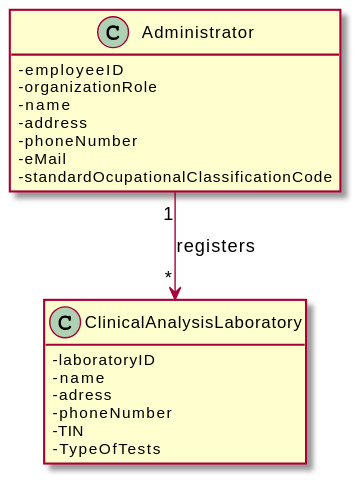
Above: docs/SprintB/US_8/ImagesUsed/US8_MD.svg in RuiRioPina/LAPR2-20-21 (PlantUML), before the change. The source it was exported from:
```plantuml
@startuml
skinparam classAttributeIconSize 0
hide methods


class Administrator {
-employeeID
-organizationRole
-name
-address
-phoneNumber
-eMail
-standardOcupationalClassificationCode
}

class ClinicalAnalysisLaboratory{
-laboratoryID
-name
-adress
-phoneNumber
-TIN
-TypeOfTests
}


Administrator "1" --> "*" ClinicalAnalysisLaboratory: registers
@enduml
```
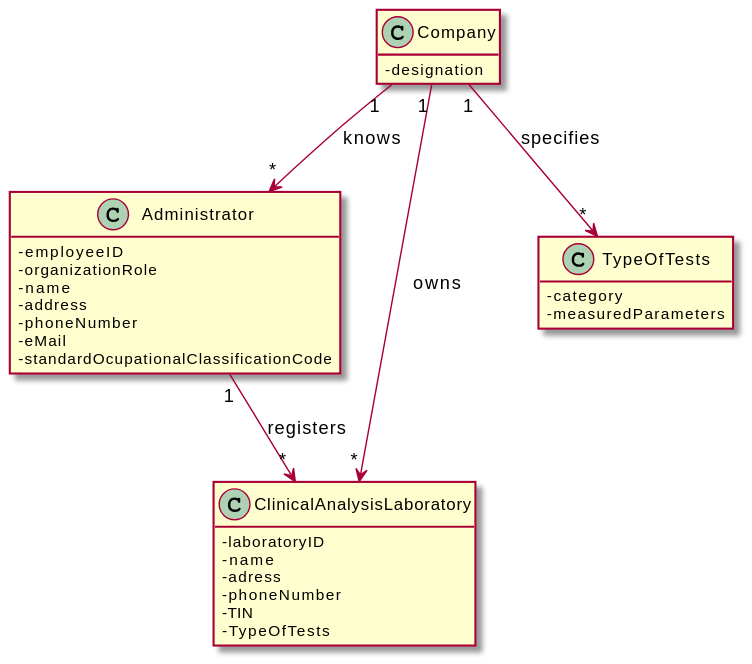
The same file after the commit.

Diff of the diagram source:
```diff
@@ -22,6 +22,18 @@
 -TypeOfTests
 }
 
+class Company{
+-designation
+}
+
+class TypeOfTests{
+-category
+-measuredParameters
+}
+
 
 Administrator "1" --> "*" ClinicalAnalysisLaboratory: registers
+Company "1" --> "*" Administrator: knows
+Company "1" --> "*" ClinicalAnalysisLaboratory: owns
+Company "1" --> "*" TypeOfTests: specifies
 @enduml
```
